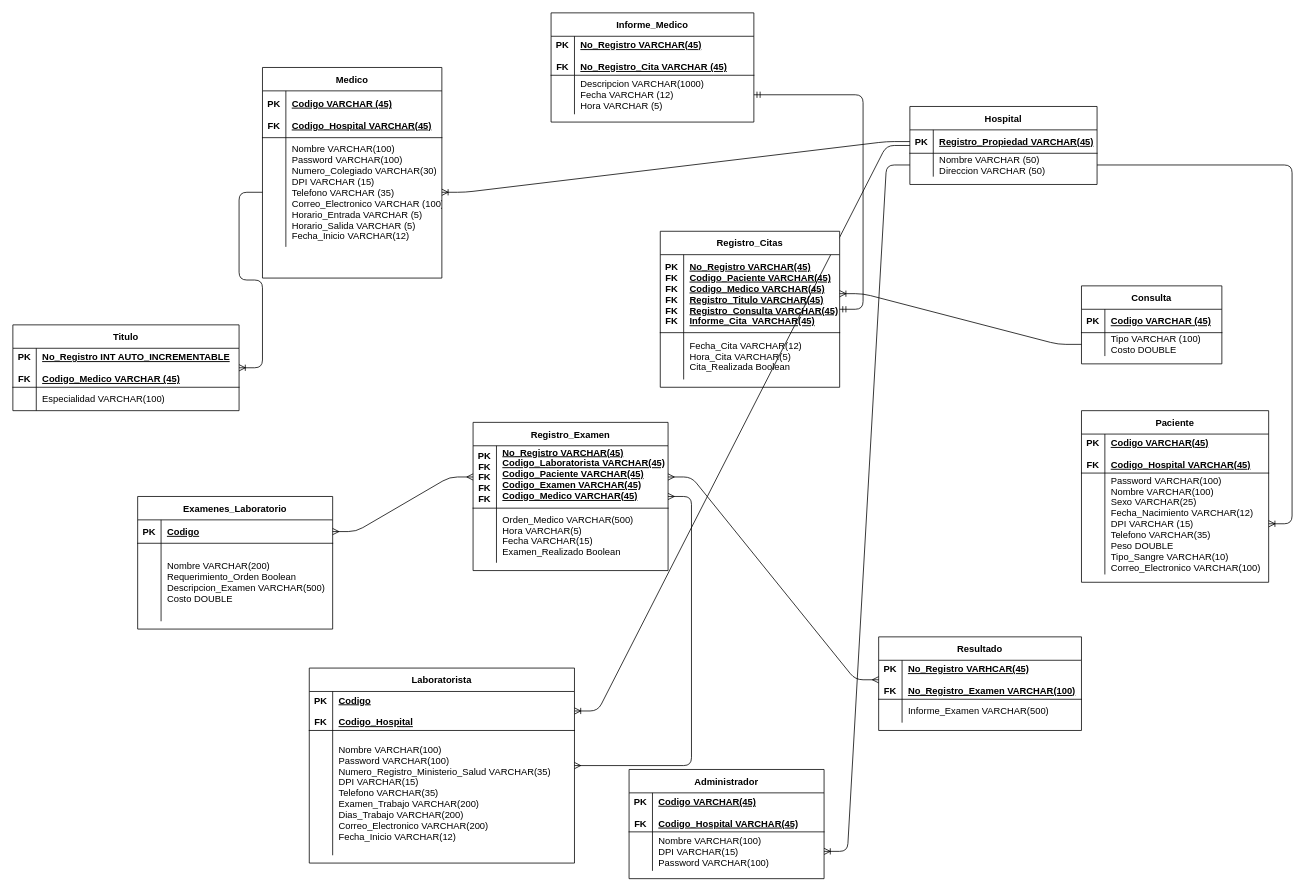
Above: Diagramas/Mapeo Fisico.drawio in Camran1234/Project2_CodeHero (draw.io), before the change. Source tidied: cells renumbered, new cells numbered last; positions are measured from the earlier drawing's top-left corner, leaving out a move shared by most shapes. Both pictures are drawn from the tidied source at 78%, with x=0, y=0 at pixel (12, 12).
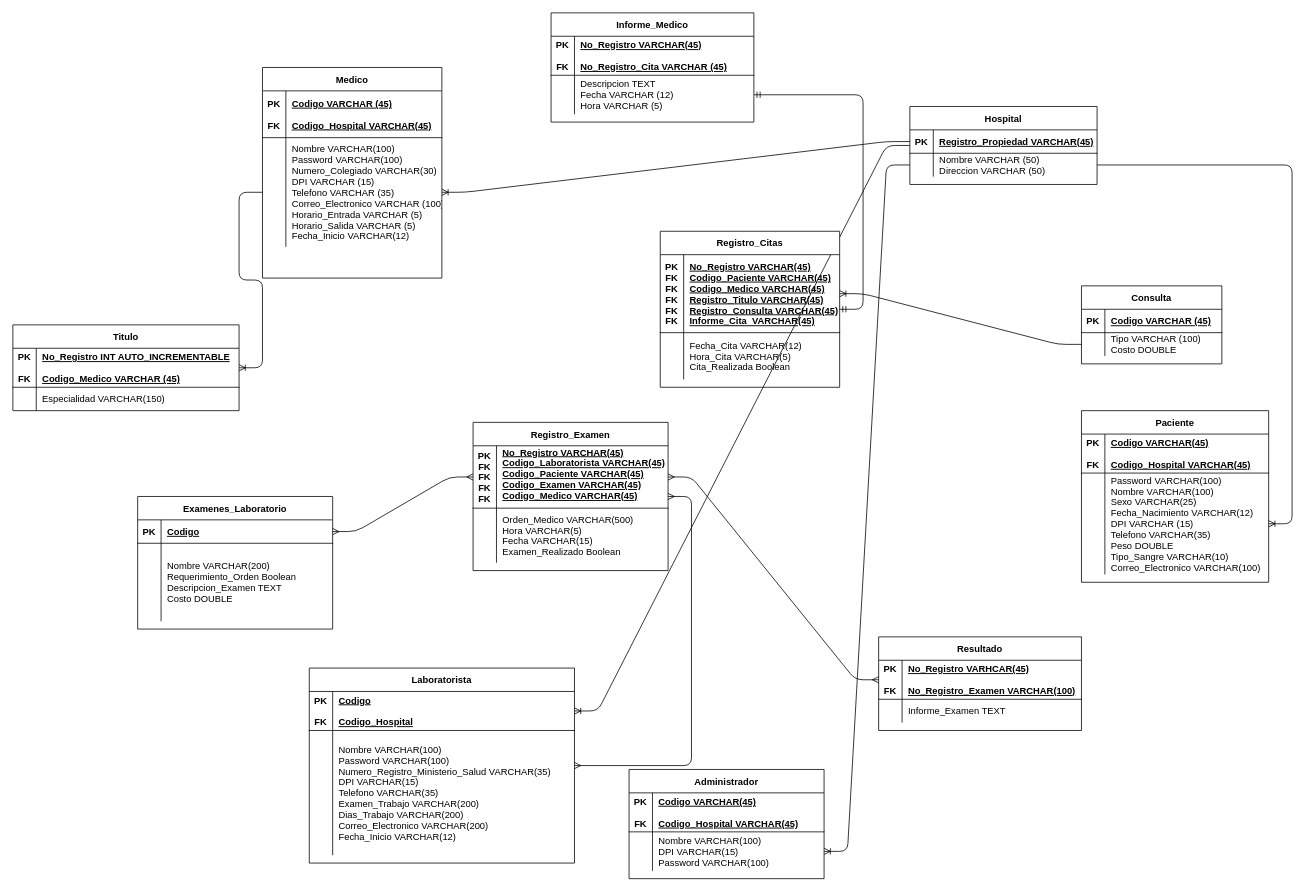
The same diagram, later.

The change refers to these unchanged cells:
```xml
<mxCell id="8" style="shape=partialRectangle;fillColor=none;top=0;left=0;bottom=0;right=0;" parent="4" vertex="1">
  <mxGeometry y="80" width="290" height="30" as="geometry" />
</mxCell>
<mxCell id="15" style="shape=partialRectangle;fillColor=none;top=0;left=0;bottom=0;right=0;points=[[0,0.5],[1,0.5]];portConstraint=eastwest;" parent="11" vertex="1">
  <mxGeometry y="80" width="260" height="50" as="geometry" />
</mxCell>
<mxCell id="36" style="shape=partialRectangle;fillColor=none;top=0;left=0;bottom=0;right=0;" parent="32" vertex="1">
  <mxGeometry y="80" width="260" height="30" as="geometry" />
</mxCell>
<mxCell id="71" style="shape=partialRectangle;fillColor=none;top=0;left=0;bottom=0;right=0;" parent="67" vertex="1">
  <mxGeometry y="60" width="250" height="100" as="geometry" />
</mxCell>
```

Diff of the diagram source:
```diff
@@
-    <mxCell id="10" value="Especialidad VARCHAR(100)" style="shape=partialRectangle;fillColor=none;top=0;left=0;bottom=0;right=0;align=left;spacingLeft=6;overflow=hidden;" parent="8" vertex="1">
+    <mxCell id="10" value="Especialidad VARCHAR(150)" style="shape=partialRectangle;fillColor=none;top=0;left=0;bottom=0;right=0;align=left;spacingLeft=6;overflow=hidden;" parent="8" vertex="1">
       <mxGeometry x="30" width="260" height="30" as="geometry" />
     </mxCell>
@@
-    <mxCell id="17" value="Descripcion VARCHAR(1000)&#10;Fecha VARCHAR (12)&#10;Hora VARCHAR (5)" style="shape=partialRectangle;fillColor=none;top=0;left=0;bottom=0;right=0;align=left;spacingLeft=6;overflow=hidden;" parent="15" vertex="1">
+    <mxCell id="17" value="Descripcion TEXT&#10;Fecha VARCHAR (12)&#10;Hora VARCHAR (5)" style="shape=partialRectangle;fillColor=none;top=0;left=0;bottom=0;right=0;align=left;spacingLeft=6;overflow=hidden;" parent="15" vertex="1">
       <mxGeometry x="30" width="230" height="50" as="geometry" />
     </mxCell>
@@
-    <mxCell id="38" value="Informe_Examen VARCHAR(500)" style="shape=partialRectangle;fillColor=none;top=0;left=0;bottom=0;right=0;align=left;spacingLeft=6;overflow=hidden;" parent="36" vertex="1">
+    <mxCell id="38" value="Informe_Examen TEXT" style="shape=partialRectangle;fillColor=none;top=0;left=0;bottom=0;right=0;align=left;spacingLeft=6;overflow=hidden;" parent="36" vertex="1">
       <mxGeometry x="30" width="230" height="30" as="geometry" />
     </mxCell>
@@
-    <mxCell id="73" value="Nombre VARCHAR(200)&#10;Requerimiento_Orden Boolean&#10;Descripcion_Examen VARCHAR(500)&#10;Costo DOUBLE" style="shape=partialRectangle;fillColor=none;top=0;left=0;bottom=0;right=0;align=left;spacingLeft=6;overflow=hidden;" parent="71" vertex="1">
+    <mxCell id="73" value="Nombre VARCHAR(200)&#10;Requerimiento_Orden Boolean&#10;Descripcion_Examen TEXT&#10;Costo DOUBLE" style="shape=partialRectangle;fillColor=none;top=0;left=0;bottom=0;right=0;align=left;spacingLeft=6;overflow=hidden;" parent="71" vertex="1">
       <mxGeometry x="30" width="220" height="100" as="geometry" />
     </mxCell>
```
